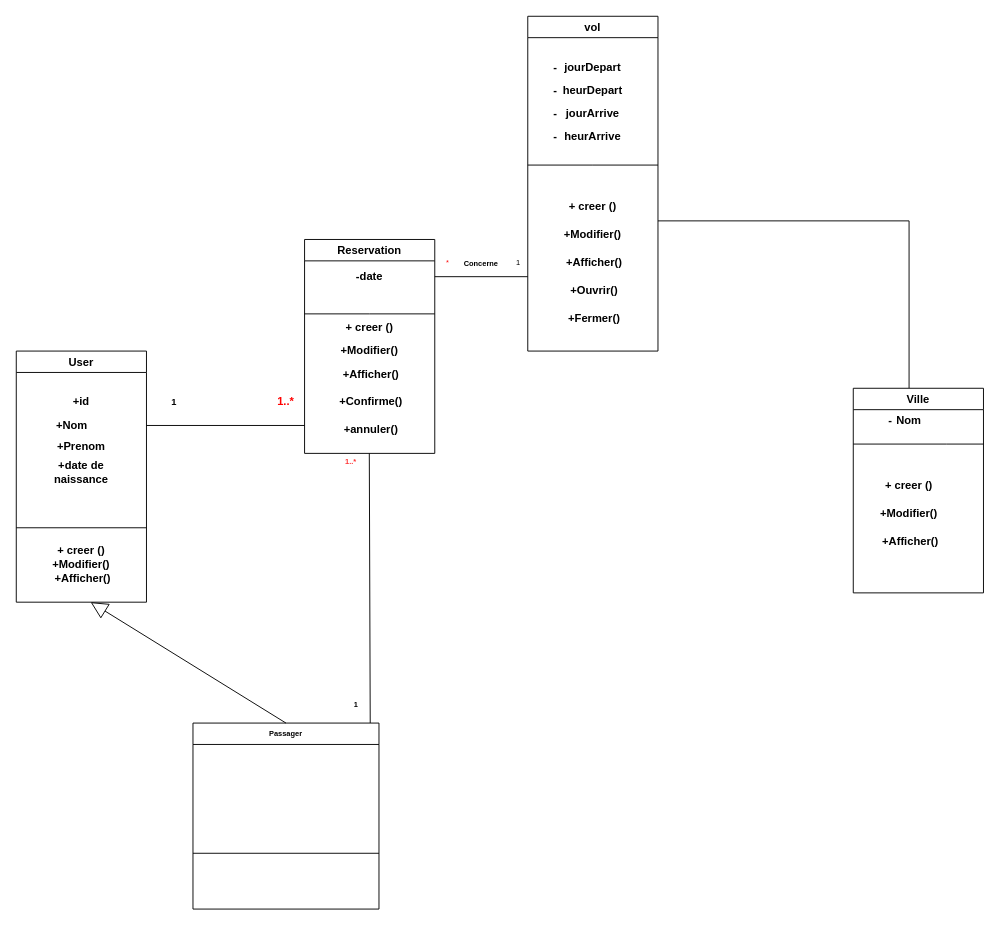
This is Uml/classe.drawio from ELHADRINadia/gestion_vol, a draw.io file, before an edit. Source tidied: cells renumbered, new cells numbered last; positions are measured from the earlier drawing's top-left corner, leaving out a move shared by most shapes. Both pictures are drawn from the tidied source at 93%, with x=0, y=0 at pixel (16, 16).
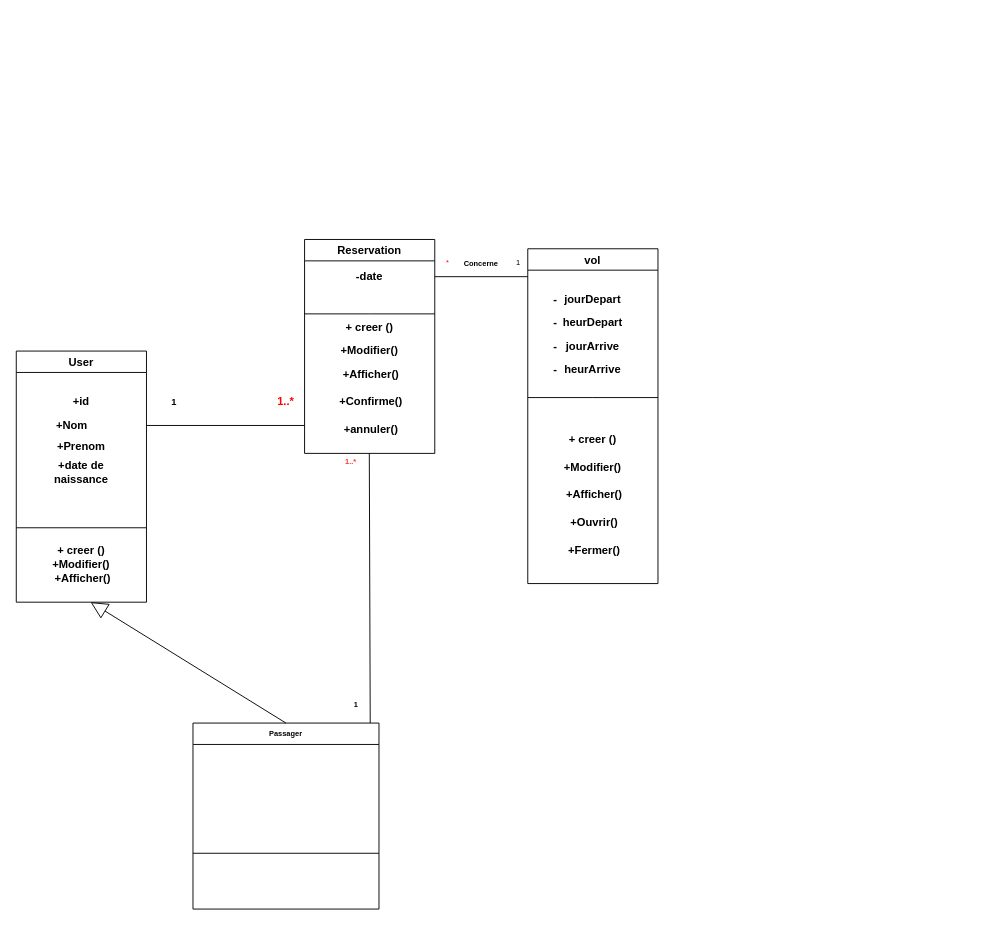
Above is the later version.

What changed in the source:
```diff
@@
     <mxCell id="11" value="vol" style="swimlane;" parent="1" vertex="1">
-      <mxGeometry x="550" width="140" height="360" as="geometry" />
+      <mxGeometry x="550" y="250" width="140" height="360" as="geometry" />
     </mxCell>
@@
-    <mxCell id="26" style="endArrow=none;html=1;rounded=0;fontSize=8;fontColor=#000000;" parent="1" edge="1">
-      <mxGeometry relative="1" as="geometry">
-        <mxPoint x="960" y="400" as="sourcePoint" />
-        <mxPoint x="960" y="220" as="targetPoint" />
-      </mxGeometry>
-    </mxCell>
-    <mxCell id="27" value="Ville" style="swimlane;startSize=23;" parent="1" vertex="1">
-      <mxGeometry x="900" y="400" width="140" height="220" as="geometry" />
-    </mxCell>
-    <mxCell id="28" style="endArrow=none;html=1;rounded=0;" parent="27" edge="1">
-      <mxGeometry relative="1" as="geometry">
-        <mxPoint y="60" as="sourcePoint" />
-        <mxPoint x="140" y="60" as="targetPoint" />
-        <Array as="points">
-          <mxPoint x="100" y="60" />
-        </Array>
-      </mxGeometry>
-    </mxCell>
-    <mxCell id="29" value="&lt;b&gt;&amp;nbsp;+Modifier()&amp;nbsp;&lt;/b&gt;" style="text;html=1;strokeColor=none;fillColor=none;align=center;verticalAlign=middle;whiteSpace=wrap;rounded=0;" parent="27" vertex="1">
-      <mxGeometry x="30" y="120" width="60" height="30" as="geometry" />
-    </mxCell>
-    <mxCell id="30" value="&lt;b&gt;&amp;nbsp;+Afficher()&lt;/b&gt;" style="text;html=1;strokeColor=none;fillColor=none;align=center;verticalAlign=middle;whiteSpace=wrap;rounded=0;" parent="27" vertex="1">
-      <mxGeometry x="30" y="150" width="60" height="30" as="geometry" />
-    </mxCell>
-    <mxCell id="31" value="&lt;b&gt;+ creer ()&lt;/b&gt;" style="text;html=1;strokeColor=none;fillColor=none;align=center;verticalAlign=middle;whiteSpace=wrap;rounded=0;" parent="27" vertex="1">
-      <mxGeometry x="30" y="90" width="60" height="30" as="geometry" />
-    </mxCell>
-    <mxCell id="32" value="&lt;b&gt;-&lt;/b&gt;" style="text;html=1;strokeColor=none;fillColor=none;align=center;verticalAlign=middle;whiteSpace=wrap;rounded=0;" parent="27" vertex="1">
-      <mxGeometry x="10" y="20" width="60" height="30" as="geometry" />
-    </mxCell>
-    <mxCell id="33" value="&lt;b&gt;Nom&lt;/b&gt;" style="text;html=1;strokeColor=none;fillColor=none;align=center;verticalAlign=middle;whiteSpace=wrap;rounded=0;" parent="27" vertex="1">
-      <mxGeometry x="30" y="25" width="60" height="20" as="geometry" />
-    </mxCell>
@@
-    <mxCell id="56" style="endArrow=none;html=1;rounded=0;" parent="1" edge="1">
-      <mxGeometry relative="1" as="geometry">
-        <mxPoint x="690" y="220" as="sourcePoint" />
-        <mxPoint x="960" y="220" as="targetPoint" />
-      </mxGeometry>
-    </mxCell>
```
